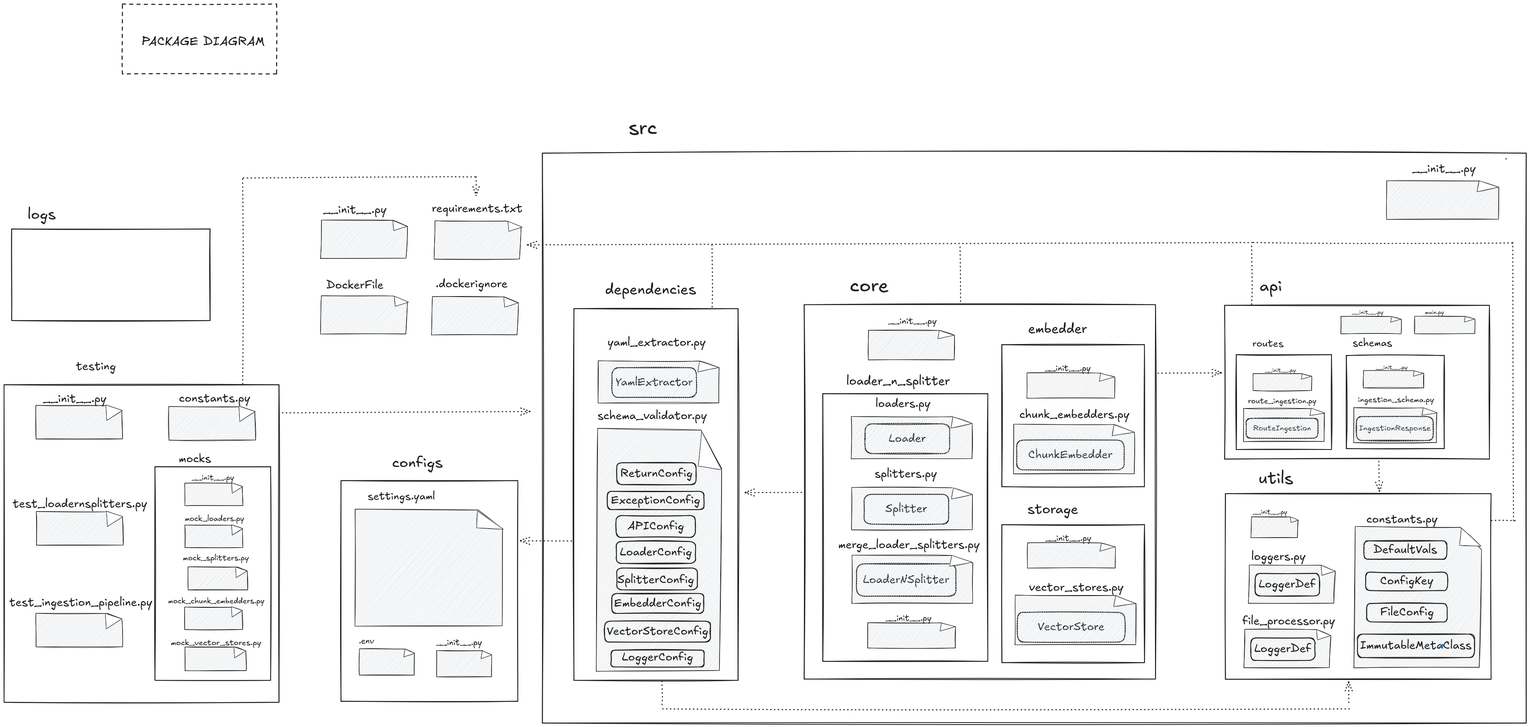
This is docs/ingestion/package_dia.svg.excalidraw.png from S-a-t-y-aa-y-t-a-S/simple_rag, a Excalidraw export, as it was before one commit. Source tidied: one line per element, renumbered; positions are measured from the earlier drawing's top-left corner, leaving out a move shared by most shapes.
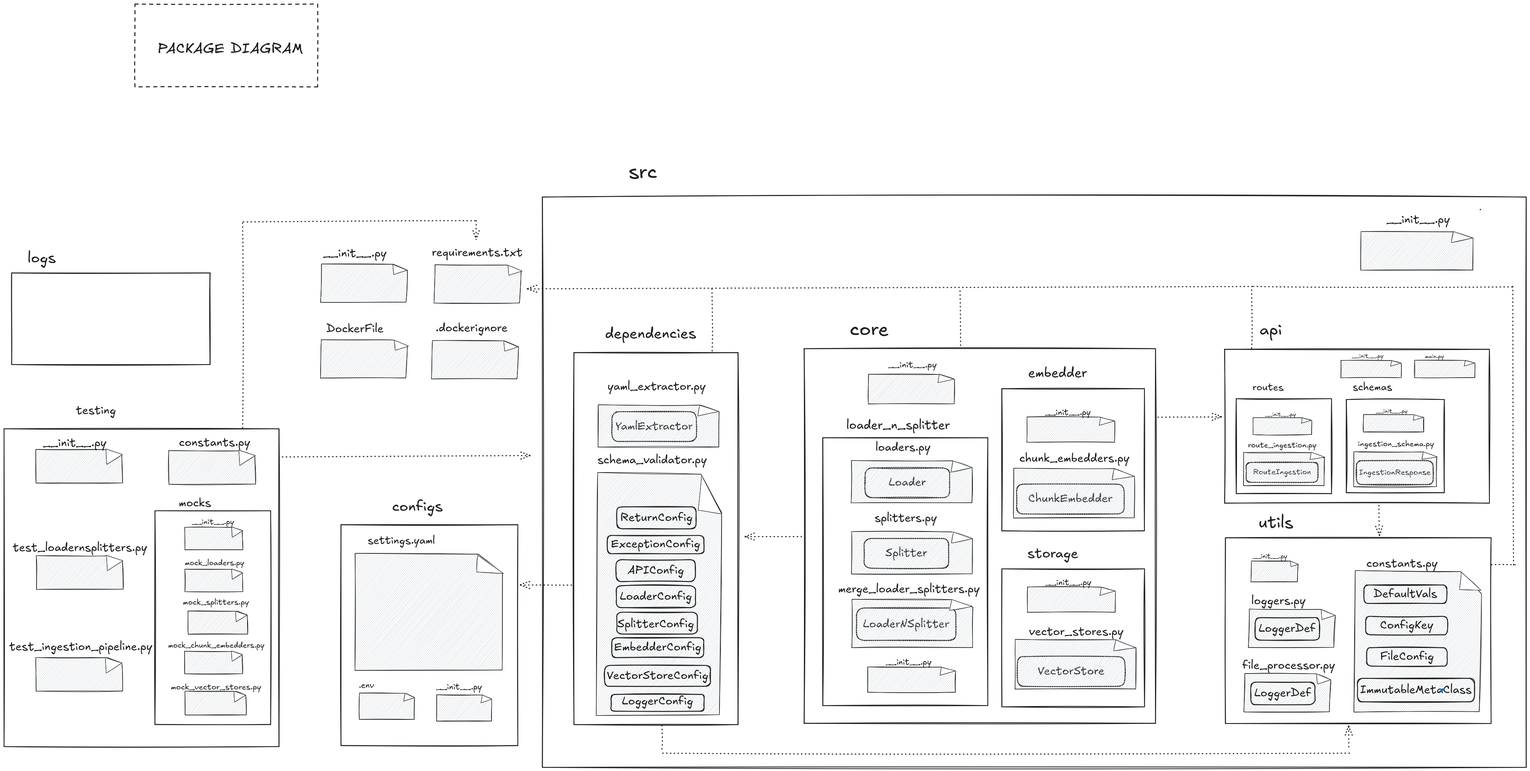
Later version of the same file.

Change to the diagram source:
```diff
@@ -25,7 +25,7 @@
 {"id": 24, "type": "rectangle", "strokeColor": "#1e1e1e", "strokeWidth": 2, "roughness": 1, "round": true, "x": 2100, "y": 1380, "width": 245, "height": 80}
 {"id": 25, "type": "text", "text": "LoaderNSplitter", "strokeColor": "#1e1e1e", "strokeWidth": 2, "roughness": 1, "fontSize": 28, "fontFamily": 5, "textAlign": "center", "verticalAlign": "middle", "inside": 24, "x": 2132, "y": 1402, "width": 182, "height": 35}
 {"id": 26, "type": "text", "text": "merge_loader_splitters.py", "strokeColor": "#1e1e1e", "strokeWidth": 2, "roughness": 1, "fontSize": 28, "fontFamily": 5, "x": 2056, "y": 1317, "width": 348, "height": 35}
-{"id": 27, "type": "text", "text": "__init__.py", "strokeColor": "#1e1e1e", "strokeWidth": 2, "roughness": 1, "fontSize": 28, "fontFamily": 5, "x": 3470, "y": 390, "width": 156, "height": 35}
+{"id": 27, "type": "text", "text": "__init__.py", "strokeColor": "#1e1e1e", "strokeWidth": 2, "roughness": 1, "fontSize": 28, "fontFamily": 5, "x": 3406, "y": 407, "width": 156, "height": 35}
 {"id": 28, "type": "rectangle", "strokeColor": "#1e1e1e", "strokeWidth": 2, "roughness": 1, "round": true, "x": 2495, "y": 1075, "width": 265, "height": 73}
 {"id": 29, "type": "text", "text": "ChunkEmbedder", "strokeColor": "#1e1e1e", "strokeWidth": 2, "roughness": 1, "fontSize": 28, "fontFamily": 5, "textAlign": "center", "verticalAlign": "middle", "inside": 28, "x": 2533, "y": 1094, "width": 190, "height": 35}
 {"id": 30, "type": "text", "text": "chunk_embedders.py", "strokeColor": "#1e1e1e", "strokeWidth": 2, "roughness": 1, "fontSize": 28, "fontFamily": 5, "x": 2502, "y": 995, "width": 271, "height": 35}
@@ -38,12 +38,12 @@
 {"id": 37, "type": "line", "strokeColor": "#000000", "backgroundColor": "#ced4da", "fillStyle": "hachure", "strokeWidth": 1, "roughness": 1, "x": 2128, "y": 1587, "width": 217, "height": 63, "points": [[0, 0], [216, 0], [217, -52], [181, -62], [0, -63], [0, 0]]}
 {"id": 38, "type": "line", "strokeColor": "#000000", "backgroundColor": "#ced4da", "fillStyle": "hachure", "strokeWidth": 1, "roughness": 1, "x": 2488, "y": 1158, "width": 298, "height": 123, "points": [[0, 0], [297, 0], [298, -102], [249, -122], [0, -123], [0, 0]]}
 {"id": 39, "type": "line", "strokeColor": "#000000", "backgroundColor": "#ced4da", "fillStyle": "hachure", "strokeWidth": 1, "roughness": 1, "x": 2491, "y": 1579, "width": 298, "height": 123, "points": [[0, 0], [297, 0], [298, -102], [249, -122], [0, -123], [0, 0]]}
-{"id": 40, "type": "line", "strokeColor": "#000000", "backgroundColor": "#ced4da", "fillStyle": "hachure", "strokeWidth": 1, "roughness": 1, "x": 3407, "y": 531, "width": 276, "height": 95, "points": [[0, 0], [276, 0], [276, -80], [231, -95], [0, -95], [0, 0]]}
+{"id": 40, "type": "line", "strokeColor": "#000000", "backgroundColor": "#ced4da", "fillStyle": "hachure", "strokeWidth": 1, "roughness": 1, "x": 3343, "y": 548, "width": 276, "height": 95, "points": [[0, 0], [276, 0], [276, -80], [231, -95], [0, -95], [0, 0]]}
 {"id": 41, "type": "line", "strokeColor": "#343a40", "backgroundColor": "white", "fillStyle": "solid", "strokeWidth": 1, "roughness": 1, "x": 2385, "y": 1034, "width": 52, "height": 27, "points": [[0, 0], [-52, 11], [-47, -16], [0, 0]]}
 {"id": 42, "type": "line", "strokeColor": "#343a40", "backgroundColor": "white", "fillStyle": "solid", "strokeWidth": 1, "roughness": 1, "x": 2386, "y": 1209, "width": 52, "height": 27, "points": [[0, 0], [-52, 11], [-47, -16], [0, 0]]}
 {"id": 43, "type": "line", "strokeColor": "#343a40", "backgroundColor": "white", "fillStyle": "solid", "strokeWidth": 1, "roughness": 1, "x": 2385, "y": 1376, "width": 55, "height": 27, "points": [[0, 0], [-55, 10], [-50, -17], [0, 0]]}
 {"id": 44, "type": "line", "strokeColor": "#343a40", "backgroundColor": "white", "fillStyle": "solid", "strokeWidth": 1, "roughness": 1, "x": 2344, "y": 1535, "width": 38, "height": 20, "points": [[0, 0], [-38, 11], [-34, -9], [0, 0]]}
-{"id": 45, "type": "line", "strokeColor": "#343a40", "backgroundColor": "white", "fillStyle": "solid", "strokeWidth": 1, "roughness": 1, "x": 3682, "y": 451, "width": 52, "height": 27, "points": [[0, 0], [-52, 11], [-47, -16], [0, 0]]}
+{"id": 45, "type": "line", "strokeColor": "#343a40", "backgroundColor": "white", "fillStyle": "solid", "strokeWidth": 1, "roughness": 1, "x": 3618, "y": 468, "width": 52, "height": 27, "points": [[0, 0], [-52, 11], [-47, -16], [0, 0]]}
 {"id": 46, "type": "line", "strokeColor": "#343a40", "backgroundColor": "white", "fillStyle": "solid", "strokeWidth": 1, "roughness": 1, "x": 2785, "y": 1055, "width": 55, "height": 27, "points": [[0, 0], [-55, 9], [-50, -18], [0, 0]]}
 {"id": 47, "type": "line", "strokeColor": "#343a40", "backgroundColor": "white", "fillStyle": "solid", "strokeWidth": 1, "roughness": 1, "x": 2789, "y": 1478, "width": 54, "height": 27, "points": [[0, 0], [-54, 7], [-50, -20], [0, 0]]}
 {"id": 48, "type": "rectangle", "strokeColor": "#1e1e1e", "strokeWidth": 2, "roughness": 1, "x": 830, "y": 1175, "width": 436, "height": 544}
@@ -95,8 +95,8 @@
 {"id": 94, "type": "line", "strokeColor": "#000000", "backgroundColor": "#ced4da", "fillStyle": "hachure", "strokeWidth": 1, "roughness": 1, "x": 445, "y": 1542, "width": 143, "height": 56, "points": [[0, 0], [143, 0], [142, -46], [118, -55], [0, -56], [0, 0]]}
 {"id": 95, "type": "line", "strokeColor": "#343a40", "backgroundColor": "white", "fillStyle": "solid", "strokeWidth": 1, "roughness": 1, "x": 588, "y": 1495, "width": 27, "height": 26, "points": [[0, 0], [-26, 17], [-27, -9], [0, 0]]}
 {"id": 96, "type": "text", "text": "mock_chunk_embedders.py", "strokeColor": "#1e1e1e", "strokeWidth": 2, "roughness": 1, "fontSize": 18.75, "fontFamily": 5, "x": 404, "y": 1460, "width": 237, "height": 23}
-{"id": 97, "type": "rectangle", "strokeColor": "#1e1e1e", "strokeWidth": 2, "strokeStyle": "dashed", "roughness": 1, "x": 292, "y": 0, "width": 380, "height": 172}
+{"id": 97, "type": "rectangle", "strokeColor": "#1e1e1e", "strokeWidth": 2, "strokeStyle": "dashed", "roughness": 1, "x": 323, "y": -108, "width": 450, "height": 204}
-{"id": 98, "type": "text", "text": "PACKAGE DIAGRAM", "strokeColor": "#1e1e1e", "strokeWidth": 2, "strokeStyle": "dashed", "roughness": 1, "fontSize": 30.4, "fontFamily": 5, "x": 339, "y": 74, "width": 302, "height": 38}
+{"id": 98, "type": "text", "text": "PACKAGE DIAGRAM", "strokeColor": "#1e1e1e", "strokeWidth": 2, "strokeStyle": "dashed", "roughness": 1, "fontSize": 36, "fontFamily": 5, "x": 379, "y": -20, "width": 358, "height": 45}
 {"id": 99, "type": "text", "text": "__init__.py", "strokeColor": "#1e1e1e", "strokeWidth": 2, "roughness": 1, "fontSize": 20.29, "fontFamily": 5, "x": 1064, "y": 1563, "width": 113, "height": 25}
 {"id": 100, "type": "line", "strokeColor": "#000000", "backgroundColor": "#ced4da", "fillStyle": "hachure", "strokeWidth": 1, "roughness": 1, "x": 1066, "y": 1658, "width": 136, "height": 65, "points": [[0, 0], [135, 0], [136, -54], [113, -65], [0, -65], [0, 0]]}
 {"id": 101, "type": "line", "strokeColor": "#343a40", "backgroundColor": "white", "fillStyle": "solid", "strokeWidth": 1, "roughness": 1, "x": 1202, "y": 1604, "width": 27, "height": 20, "points": [[0, 0], [-27, 9], [-23, -11], [0, 0]]}
@@ -198,7 +198,7 @@
 {"id": 197, "type": "arrow", "strokeColor": "#1e1e1e", "strokeWidth": 2, "strokeStyle": "dotted", "roughness": 1, "endArrowhead": "arrow", "round": true, "from": 13, "x": 3075, "y": 588, "width": 1785, "height": 7, "points": [[0, 0], [-1785, 7]]}
 {"id": 198, "type": "line", "strokeColor": "#1e1e1e", "strokeWidth": 2, "strokeStyle": "dotted", "roughness": 1, "x": 2357, "y": 733, "width": 1, "height": 139, "points": [[0, 0], [-1, -139]]}
 {"id": 199, "type": "line", "strokeColor": "#1e1e1e", "strokeWidth": 2, "strokeStyle": "dotted", "roughness": 1, "x": 3074, "y": 740, "width": 0, "height": 149, "points": [[0, 0], [0, -149]]}
-{"id": 200, "type": "line", "strokeColor": "#1e1e1e", "strokeWidth": 2, "strokeStyle": "dotted", "roughness": 1, "x": 3701, "y": 382, "width": 1, "height": 1, "points": [[0, 0], [1, -1]]}
+{"id": 200, "type": "line", "strokeColor": "#1e1e1e", "strokeWidth": 2, "strokeStyle": "dotted", "roughness": 1, "x": 3637, "y": 399, "width": 1, "height": 1, "points": [[0, 0], [1, -1]]}
 {"id": 201, "type": "line", "strokeColor": "#1e1e1e", "strokeWidth": 2, "strokeStyle": "dotted", "roughness": 1, "x": 3665, "y": 1273, "width": 63, "height": 0, "points": [[0, 0], [63, 0]]}
 {"id": 202, "type": "line", "strokeColor": "#1e1e1e", "strokeWidth": 2, "strokeStyle": "dotted", "roughness": 1, "x": 3719, "y": 1273, "width": 2, "height": 691, "points": [[0, 0], [-2, -691]]}
 {"id": 203, "type": "line", "strokeColor": "#1e1e1e", "strokeWidth": 2, "strokeStyle": "dotted", "roughness": 1, "x": 3716, "y": 589, "width": 644, "height": 1, "points": [[0, 0], [-644, -1]]}
```
